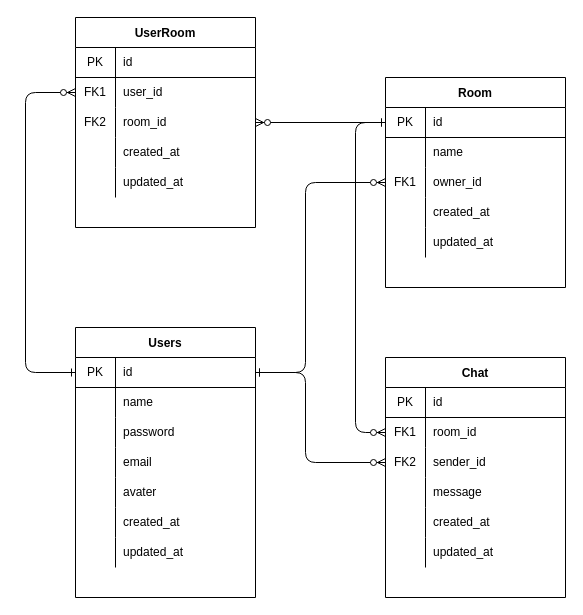
Before: docs/db.dio in RIFT-tokyo/auth-chat, a draw.io diagram. Source tidied: cells renumbered, new cells numbered last; positions are measured from the earlier drawing's top-left corner, leaving out a move shared by most shapes. Both pictures are drawn from the tidied source at 100%, with x=0, y=0 at pixel (25, 17).
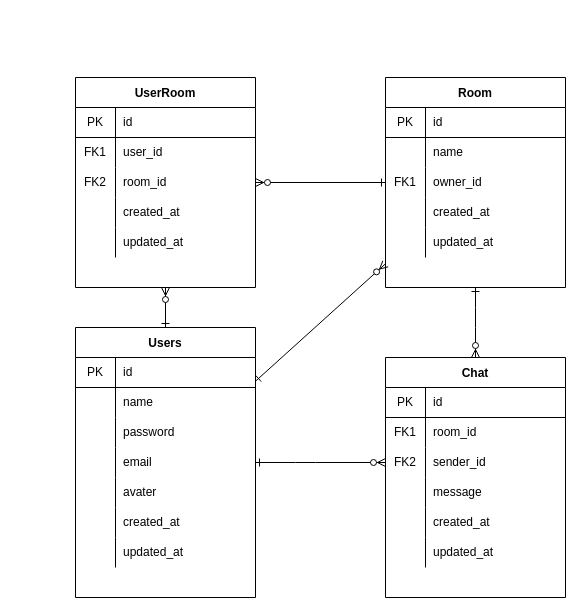
The same page after the edit.

The change refers to these unchanged cells:
```xml
<mxCell id="2" value="Users" style="shape=table;startSize=30;childLayout=tableLayout;rowLines=0;fontStyle=1;align=center;" parent="1" vertex="1">
  <mxGeometry x="50" y="310" width="180" height="270" as="geometry" />
</mxCell>
<mxCell id="3" style="shape=partialRectangle;html=1;whiteSpace=wrap;fillColor=none;top=0;left=0;bottom=1;right=0;points=[[0,0.5],[1,0.5]];portConstraint=eastwest;" parent="2" vertex="1">
  <mxGeometry y="30" width="180" height="30" as="geometry" />
</mxCell>
<mxCell id="12" style="shape=partialRectangle;html=1;whiteSpace=wrap;fillColor=none;top=0;left=0;bottom=0;right=0;points=[[0,0.5],[1,0.5]];portConstraint=eastwest;" parent="2" vertex="1">
  <mxGeometry y="120" width="180" height="30" as="geometry" />
</mxCell>
<mxCell id="24" value="Room" style="shape=table;startSize=30;childLayout=tableLayout;rowLines=0;fontStyle=1;align=center;" parent="1" vertex="1">
  <mxGeometry x="360" y="60" width="180" height="210" as="geometry" />
</mxCell>
<mxCell id="25" style="shape=partialRectangle;html=1;whiteSpace=wrap;fillColor=none;top=0;left=0;bottom=1;right=0;points=[[0,0.5],[1,0.5]];portConstraint=eastwest;" parent="24" vertex="1">
  <mxGeometry y="30" width="180" height="30" as="geometry" />
</mxCell>
<mxCell id="31" style="shape=partialRectangle;html=1;whiteSpace=wrap;fillColor=none;top=0;left=0;bottom=0;right=0;points=[[0,0.5],[1,0.5]];portConstraint=eastwest;" parent="24" vertex="1">
  <mxGeometry y="90" width="180" height="30" as="geometry" />
</mxCell>
<mxCell id="44" style="shape=partialRectangle;html=1;whiteSpace=wrap;fillColor=none;top=0;left=0;bottom=0;right=0;points=[[0,0.5],[1,0.5]];portConstraint=eastwest;" parent="40" vertex="1">
  <mxGeometry y="60" width="180" height="30" as="geometry" />
</mxCell>
<mxCell id="47" style="shape=partialRectangle;html=1;whiteSpace=wrap;fillColor=none;top=0;left=0;bottom=0;right=0;points=[[0,0.5],[1,0.5]];portConstraint=eastwest;" parent="40" vertex="1">
  <mxGeometry y="90" width="180" height="30" as="geometry" />
</mxCell>
<mxCell id="63" style="shape=partialRectangle;html=1;whiteSpace=wrap;fillColor=none;top=0;left=0;bottom=0;right=0;points=[[0,0.5],[1,0.5]];portConstraint=eastwest;" parent="59" vertex="1">
  <mxGeometry y="60" width="180" height="30" as="geometry" />
</mxCell>
<mxCell id="66" style="shape=partialRectangle;html=1;whiteSpace=wrap;fillColor=none;top=0;left=0;bottom=0;right=0;points=[[0,0.5],[1,0.5]];portConstraint=eastwest;" parent="59" vertex="1">
  <mxGeometry y="90" width="180" height="30" as="geometry" />
</mxCell>
```

Diff of the diagram source:
```diff
@@
     <mxCell id="59" value="UserRoom" style="shape=table;startSize=30;childLayout=tableLayout;rowLines=0;fontStyle=1;align=center;" parent="1" vertex="1">
-      <mxGeometry x="50" width="180" height="210" as="geometry" />
+      <mxGeometry x="50" y="60" width="180" height="210" as="geometry" />
     </mxCell>
@@
-    <mxCell id="75" style="endArrow=ERzeroToMany;html=1;startArrow=ERone;startFill=0;endFill=1;exitX=0;exitY=0.5;exitDx=0;exitDy=0;entryX=0;entryY=0.5;entryDx=0;entryDy=0;" parent="1" edge="1" source="25" target="44">
+    <mxCell id="75" style="endArrow=ERzeroToMany;html=1;startArrow=ERone;startFill=0;endFill=1;exitX=0.5;exitY=1;exitDx=0;exitDy=0;" parent="1" edge="1" source="24">
       <mxGeometry relative="1" as="geometry">
+        <mxPoint x="450" y="340" as="targetPoint" />
         <Array as="points">
-          <mxPoint x="330" y="105" />
-          <mxPoint x="330" y="415" />
+          <mxPoint x="450" y="300" />
         </Array>
       </mxGeometry>
     </mxCell>
-    <mxCell id="76" style="endArrow=ERzeroToMany;html=1;entryX=0;entryY=0.5;entryDx=0;entryDy=0;startArrow=ERone;startFill=0;endFill=1;" parent="1" edge="1" target="31">
-      <mxGeometry relative="1" as="geometry">
-        <mxPoint x="230" y="355" as="sourcePoint" />
-        <Array as="points">
-          <mxPoint x="280" y="355" />
-          <mxPoint x="280" y="165" />
-        </Array>
-      </mxGeometry>
+    <mxCell id="76" style="endArrow=ERzeroToMany;html=1;startArrow=ERone;startFill=0;endFill=1;" parent="1" edge="1" source="2" target="24">
+      <mxGeometry relative="1" as="geometry" />
     </mxCell>
-    <mxCell id="77" style="endArrow=ERone;html=1;entryX=1;entryY=0.5;entryDx=0;entryDy=0;exitX=0;exitY=0.5;exitDx=0;exitDy=0;startArrow=ERzeroToMany;startFill=1;endFill=0;" parent="1" edge="1" source="47" target="3">
+    <mxCell id="77" style="endArrow=ERone;html=1;entryX=1;entryY=0.5;entryDx=0;entryDy=0;exitX=0;exitY=0.5;exitDx=0;exitDy=0;startArrow=ERzeroToMany;startFill=1;endFill=0;" parent="1" edge="1" source="47" target="12">
       <mxGeometry relative="1" as="geometry">
         <Array as="points">
           <mxPoint x="280" y="445" />
-          <mxPoint x="280" y="355" />
         </Array>
       </mxGeometry>
     </mxCell>
-    <mxCell id="78" style="endArrow=ERzeroToMany;html=1;entryX=0;entryY=0.5;entryDx=0;entryDy=0;exitX=0;exitY=0.5;exitDx=0;exitDy=0;startArrow=ERone;startFill=0;endFill=1;" parent="1" edge="1" source="3" target="63">
-      <mxGeometry relative="1" as="geometry">
-        <Array as="points">
-          <mxPoint y="355" />
-          <mxPoint y="75" />
-        </Array>
-      </mxGeometry>
+    <mxCell id="78" style="endArrow=ERzeroToMany;html=1;startArrow=ERone;startFill=0;endFill=1;" parent="1" edge="1" source="2" target="59">
+      <mxGeometry relative="1" as="geometry" />
     </mxCell>
-    <mxCell id="79" style="endArrow=ERone;html=1;entryX=0;entryY=0.5;entryDx=0;entryDy=0;exitX=1;exitY=0.5;exitDx=0;exitDy=0;startArrow=ERzeroToMany;startFill=1;endFill=0;" parent="1" edge="1" source="66" target="25">
+    <mxCell id="79" style="endArrow=ERone;html=1;startArrow=ERzeroToMany;startFill=1;endFill=0;" parent="1" edge="1" source="59" target="24">
       <mxGeometry relative="1" as="geometry" />
     </mxCell>
```
